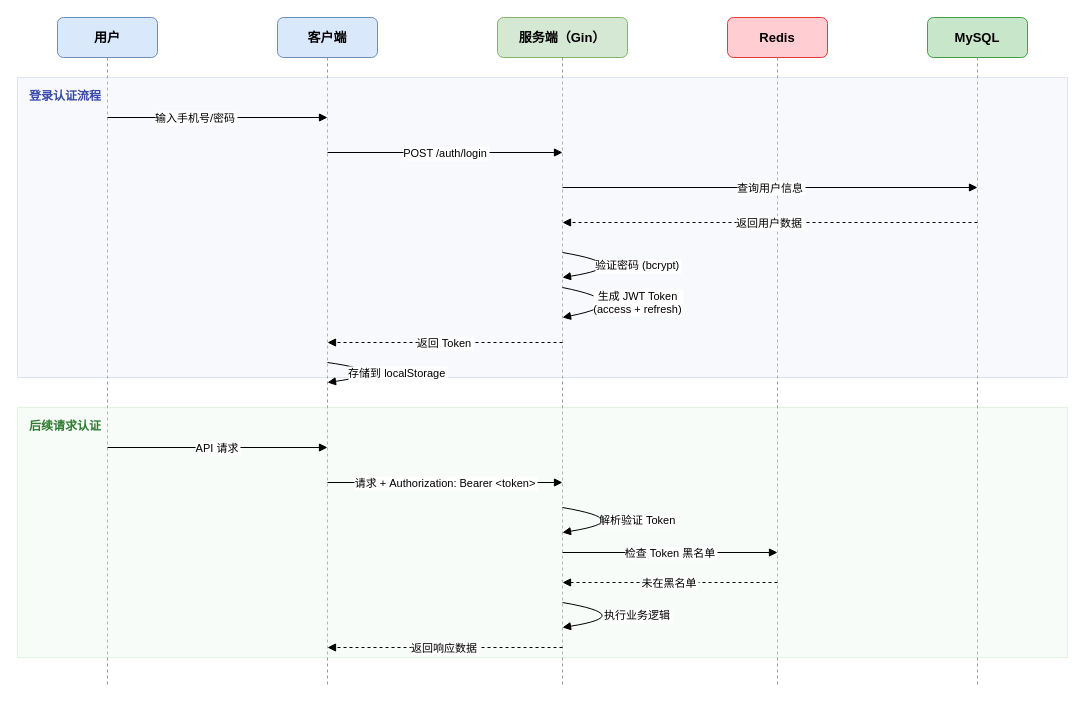
Earlier version of the draw.io diagram paper/附件/diagrams/fig5-1-jwt-flow.drawio (julesChu12/scare). Source tidied: cells renumbered, new cells numbered last; positions are measured from the earlier drawing's top-left corner, leaving out a move shared by most shapes. Both pictures are drawn from the tidied source at 100%, with x=0, y=0 at pixel (17, 17).
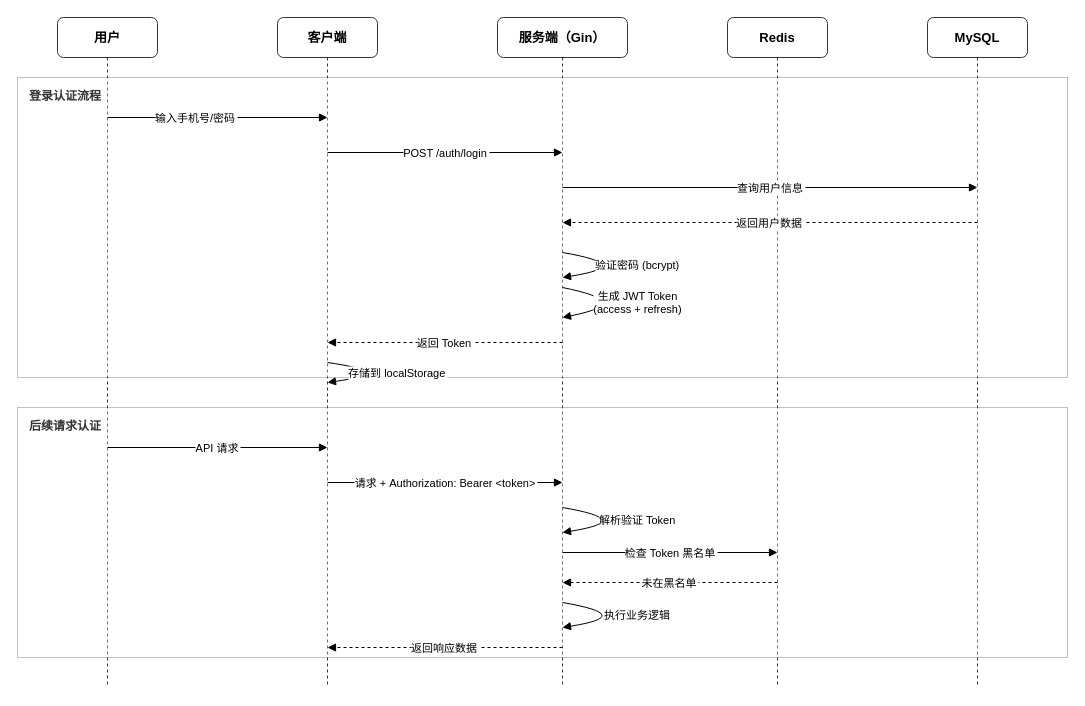
The same page after the edit.

The edit, as a diff of the source:
```diff
@@
-    <mxCell id="2" value="用户" style="rounded=1;whiteSpace=wrap;html=1;fillColor=#dae8fc;strokeColor=#6c8ebf;fontSize=13;fontStyle=1;" parent="1" vertex="1">
+    <mxCell id="2" value="用户" style="rounded=1;whiteSpace=wrap;html=1;fillColor=#ffffff;strokeColor=#333333;fontSize=13;fontStyle=1;" parent="1" vertex="1">
       <mxGeometry x="40" width="100" height="40" as="geometry" />
     </mxCell>
-    <mxCell id="3" value="客户端" style="rounded=1;whiteSpace=wrap;html=1;fillColor=#dae8fc;strokeColor=#6c8ebf;fontSize=13;fontStyle=1;" parent="1" vertex="1">
+    <mxCell id="3" value="客户端" style="rounded=1;whiteSpace=wrap;html=1;fillColor=#ffffff;strokeColor=#333333;fontSize=13;fontStyle=1;" parent="1" vertex="1">
       <mxGeometry x="260" width="100" height="40" as="geometry" />
     </mxCell>
-    <mxCell id="4" value="服务端（Gin）" style="rounded=1;whiteSpace=wrap;html=1;fillColor=#d5e8d4;strokeColor=#82b366;fontSize=13;fontStyle=1;" parent="1" vertex="1">
+    <mxCell id="4" value="服务端（Gin）" style="rounded=1;whiteSpace=wrap;html=1;fillColor=#ffffff;strokeColor=#333333;fontSize=13;fontStyle=1;" parent="1" vertex="1">
       <mxGeometry x="480" width="130" height="40" as="geometry" />
     </mxCell>
-    <mxCell id="5" value="Redis" style="rounded=1;whiteSpace=wrap;html=1;fillColor=#ffcdd2;strokeColor=#e53935;fontSize=13;fontStyle=1;" parent="1" vertex="1">
+    <mxCell id="5" value="Redis" style="rounded=1;whiteSpace=wrap;html=1;fillColor=#ffffff;strokeColor=#333333;fontSize=13;fontStyle=1;" parent="1" vertex="1">
       <mxGeometry x="710" width="100" height="40" as="geometry" />
     </mxCell>
-    <mxCell id="6" value="MySQL" style="rounded=1;whiteSpace=wrap;html=1;fillColor=#c8e6c9;strokeColor=#43a047;fontSize=13;fontStyle=1;" parent="1" vertex="1">
+    <mxCell id="6" value="MySQL" style="rounded=1;whiteSpace=wrap;html=1;fillColor=#ffffff;strokeColor=#333333;fontSize=13;fontStyle=1;" parent="1" vertex="1">
       <mxGeometry x="910" width="100" height="40" as="geometry" />
     </mxCell>
-    <mxCell id="7" style="endArrow=none;dashed=1;strokeColor=#999999;" parent="1" edge="1">
+    <mxCell id="7" style="endArrow=none;dashed=1;strokeColor=#333333;" parent="1" edge="1">
       <mxGeometry relative="1" as="geometry">
         <mxPoint x="90" y="40" as="sourcePoint" />
         <mxPoint x="90" y="670" as="targetPoint" />
       </mxGeometry>
     </mxCell>
-    <mxCell id="8" style="endArrow=none;dashed=1;strokeColor=#999999;" parent="1" edge="1">
+    <mxCell id="8" style="endArrow=none;dashed=1;strokeColor=#333333;" parent="1" edge="1">
       <mxGeometry relative="1" as="geometry">
         <mxPoint x="310" y="40" as="sourcePoint" />
         <mxPoint x="310" y="670" as="targetPoint" />
       </mxGeometry>
     </mxCell>
-    <mxCell id="9" style="endArrow=none;dashed=1;strokeColor=#999999;" parent="1" edge="1">
+    <mxCell id="9" style="endArrow=none;dashed=1;strokeColor=#333333;" parent="1" edge="1">
       <mxGeometry relative="1" as="geometry">
         <mxPoint x="545" y="40" as="sourcePoint" />
         <mxPoint x="545" y="670" as="targetPoint" />
       </mxGeometry>
     </mxCell>
-    <mxCell id="10" style="endArrow=none;dashed=1;strokeColor=#999999;" parent="1" edge="1">
+    <mxCell id="10" style="endArrow=none;dashed=1;strokeColor=#333333;" parent="1" edge="1">
       <mxGeometry relative="1" as="geometry">
         <mxPoint x="760" y="40" as="sourcePoint" />
         <mxPoint x="760" y="670" as="targetPoint" />
       </mxGeometry>
     </mxCell>
-    <mxCell id="11" style="endArrow=none;dashed=1;strokeColor=#999999;" parent="1" edge="1">
+    <mxCell id="11" style="endArrow=none;dashed=1;strokeColor=#333333;" parent="1" edge="1">
       <mxGeometry relative="1" as="geometry">
         <mxPoint x="960" y="40" as="sourcePoint" />
         <mxPoint x="960" y="670" as="targetPoint" />
       </mxGeometry>
     </mxCell>
-    <mxCell id="12" style="rounded=0;whiteSpace=wrap;html=1;fillColor=#e8eaf6;strokeColor=#9fa8da;opacity=30;" parent="1" vertex="1">
+    <mxCell id="12" style="rounded=0;whiteSpace=wrap;html=1;fillColor=#ffffff;strokeColor=#333333;opacity=30;" parent="1" vertex="1">
       <mxGeometry y="60" width="1050" height="300" as="geometry" />
     </mxCell>
-    <mxCell id="13" value="登录认证流程" style="text;html=1;align=left;fontSize=12;fontStyle=1;fontColor=#3949ab;" parent="1" vertex="1">
+    <mxCell id="13" value="登录认证流程" style="text;html=1;align=left;fontSize=12;fontStyle=1;fontColor=#333333;" parent="1" vertex="1">
       <mxGeometry x="10" y="65" width="120" height="20" as="geometry" />
     </mxCell>
@@
-    <mxCell id="22" style="rounded=0;whiteSpace=wrap;html=1;fillColor=#e8f5e9;strokeColor=#a5d6a7;opacity=30;" parent="1" vertex="1">
+    <mxCell id="22" style="rounded=0;whiteSpace=wrap;html=1;fillColor=#ffffff;strokeColor=#333333;opacity=30;" parent="1" vertex="1">
       <mxGeometry y="390" width="1050" height="250" as="geometry" />
     </mxCell>
-    <mxCell id="23" value="后续请求认证" style="text;html=1;align=left;fontSize=12;fontStyle=1;fontColor=#2e7d32;" parent="1" vertex="1">
+    <mxCell id="23" value="后续请求认证" style="text;html=1;align=left;fontSize=12;fontStyle=1;fontColor=#333333;" parent="1" vertex="1">
       <mxGeometry x="10" y="395" width="120" height="20" as="geometry" />
     </mxCell>
```
